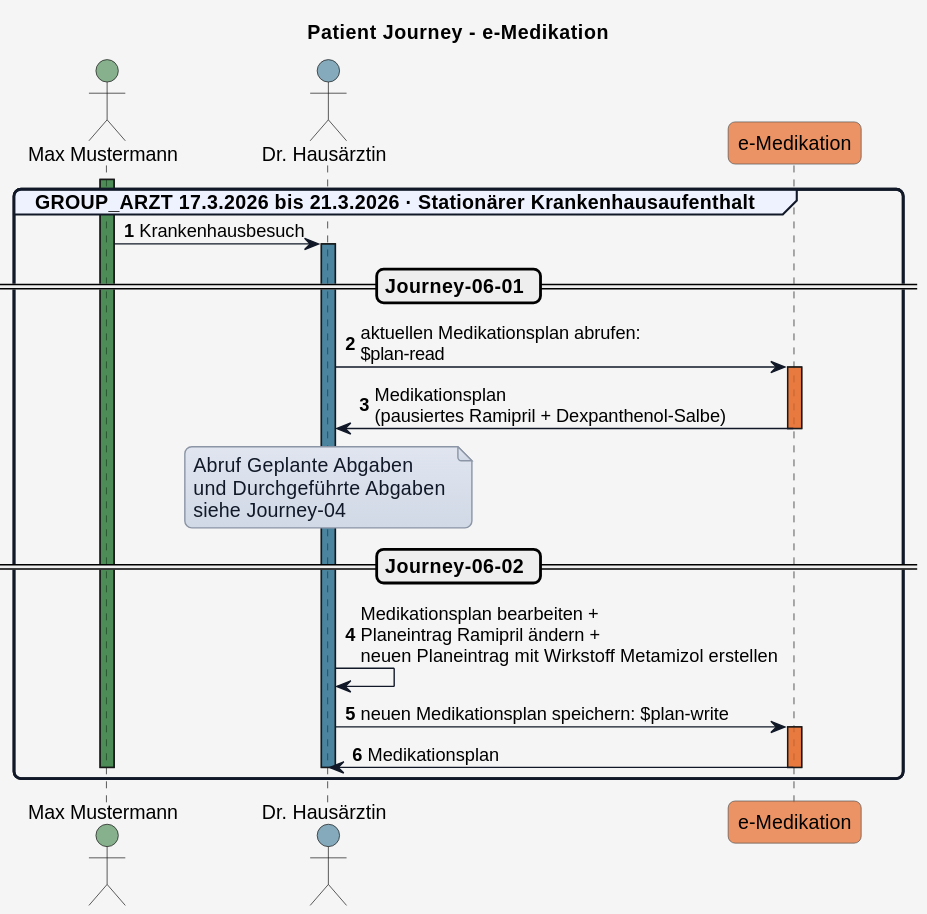
This is r4-ELGA-e-Medikation-main/plantuml/patient_journey_06.svg from HL7Austria/hl7austria.github.io, a PlantUML export, as it was before one commit.
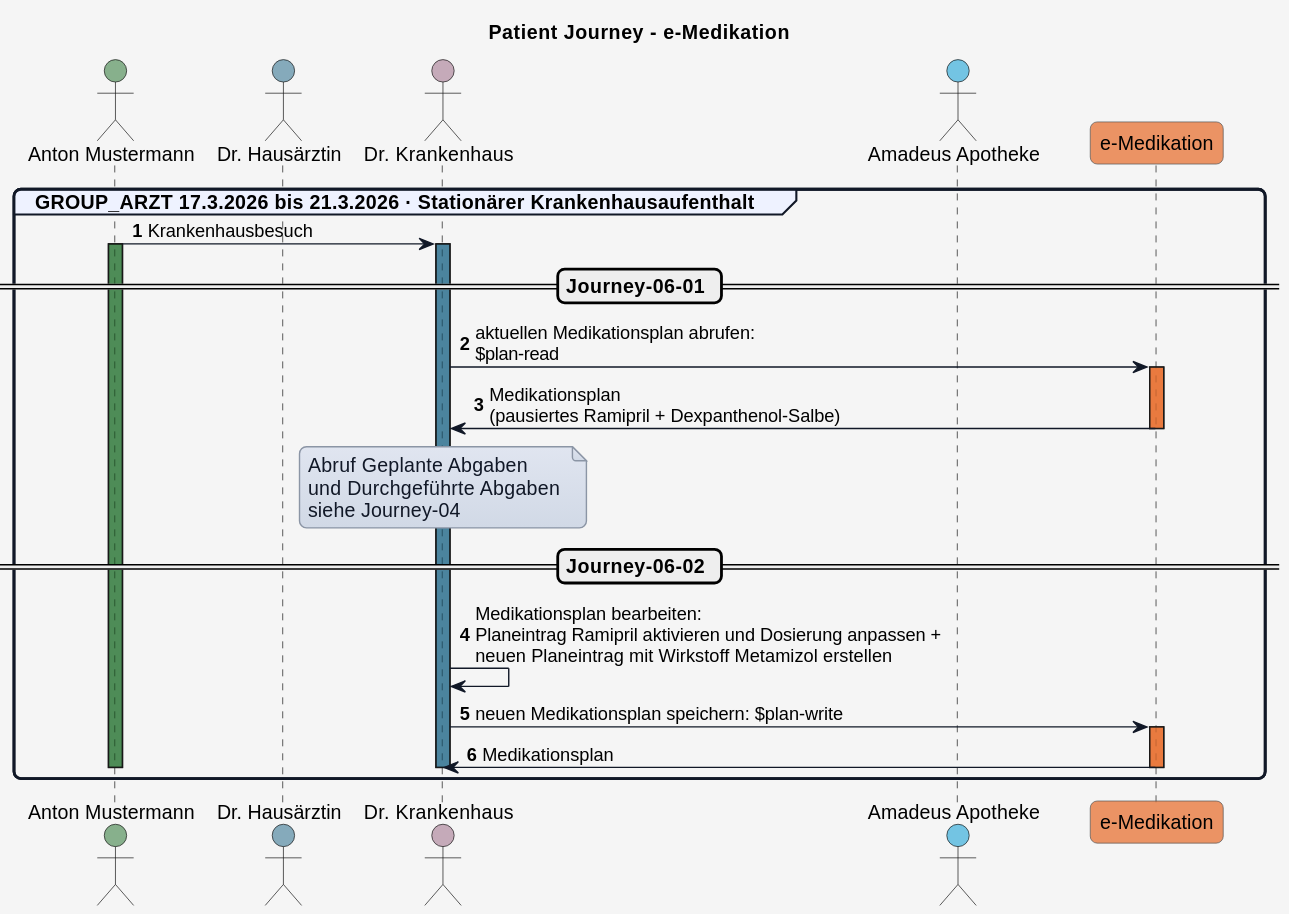
Later version of the same file.

The edit, as a diff of the source:
```diff
@@ -50,8 +50,10 @@
 !define COLOR_ERROR    #E9713235
 
 
-actor Patient as "Max Mustermann" COLOR_PATIENT
+actor Patient as "Anton Mustermann" COLOR_PATIENT
 actor Arzt_1 as "Dr. Hausärztin" COLOR_GDA_1
+actor Arzt_2 as "Dr. Krankenhaus" COLOR_GDA_2
+actor Apotheke as "Amadeus Apotheke" COLOR_APO
 participant eMed_FA as "e-Medikation" COLOR_EMED_FA
 
 
@@ -60,17 +62,17 @@
 
 group GROUP_ARZT 17.3.2026 bis 21.3.2026 · Stationärer Krankenhausaufenthalt
 
+  Patient -> Arzt_2: Krankenhausbesuch
   activate Patient COLOR_PATIENT
-  Patient -> Arzt_1: Krankenhausbesuch
-  activate Arzt_1 COLOR_GDA_1
+  activate Arzt_2 COLOR_GDA_1
 
   == Journey-06-01 ==
 
-  Arzt_1 -> eMed_FA: aktuellen Medikationsplan abrufen:\n$plan-read
+  Arzt_2 -> eMed_FA: aktuellen Medikationsplan abrufen:\n$plan-read
   activate eMed_FA COLOR_EMED_FA
-  eMed_FA -> Arzt_1: Medikationsplan\n(pausiertes Ramipril + Dexpanthenol-Salbe)
+  eMed_FA -> Arzt_2: Medikationsplan\n(pausiertes Ramipril + Dexpanthenol-Salbe)
   deactivate eMed_FA
-  note over Arzt_1
+  note over Arzt_2
   Abruf Geplante Abgaben
   und Durchgeführte Abgaben
   siehe Journey-04
@@ -79,13 +81,13 @@
 
   == Journey-06-02 ==
 
-  Arzt_1 -> Arzt_1: Medikationsplan bearbeiten +\nPlaneintrag Ramipril ändern +\nneuen Planeintrag mit Wirkstoff Metamizol erstellen
-  Arzt_1 -> eMed_FA: neuen Medikationsplan speichern: $plan-write
+  Arzt_2 -> Arzt_2: Medikationsplan bearbeiten:\nPlaneintrag Ramipril aktivieren und Dosierung anpassen +\nneuen Planeintrag mit Wirkstoff Metamizol erstellen
+  Arzt_2 -> eMed_FA: neuen Medikationsplan speichern: $plan-write
   activate eMed_FA COLOR_EMED_FA
-  eMed_FA -> Arzt_1: Medikationsplan
+  eMed_FA -> Arzt_2: Medikationsplan
   deactivate eMed_FA
   deactivate Patient
-  deactivate Arzt_1
+  deactivate Arzt_2
 
 
 end
```
